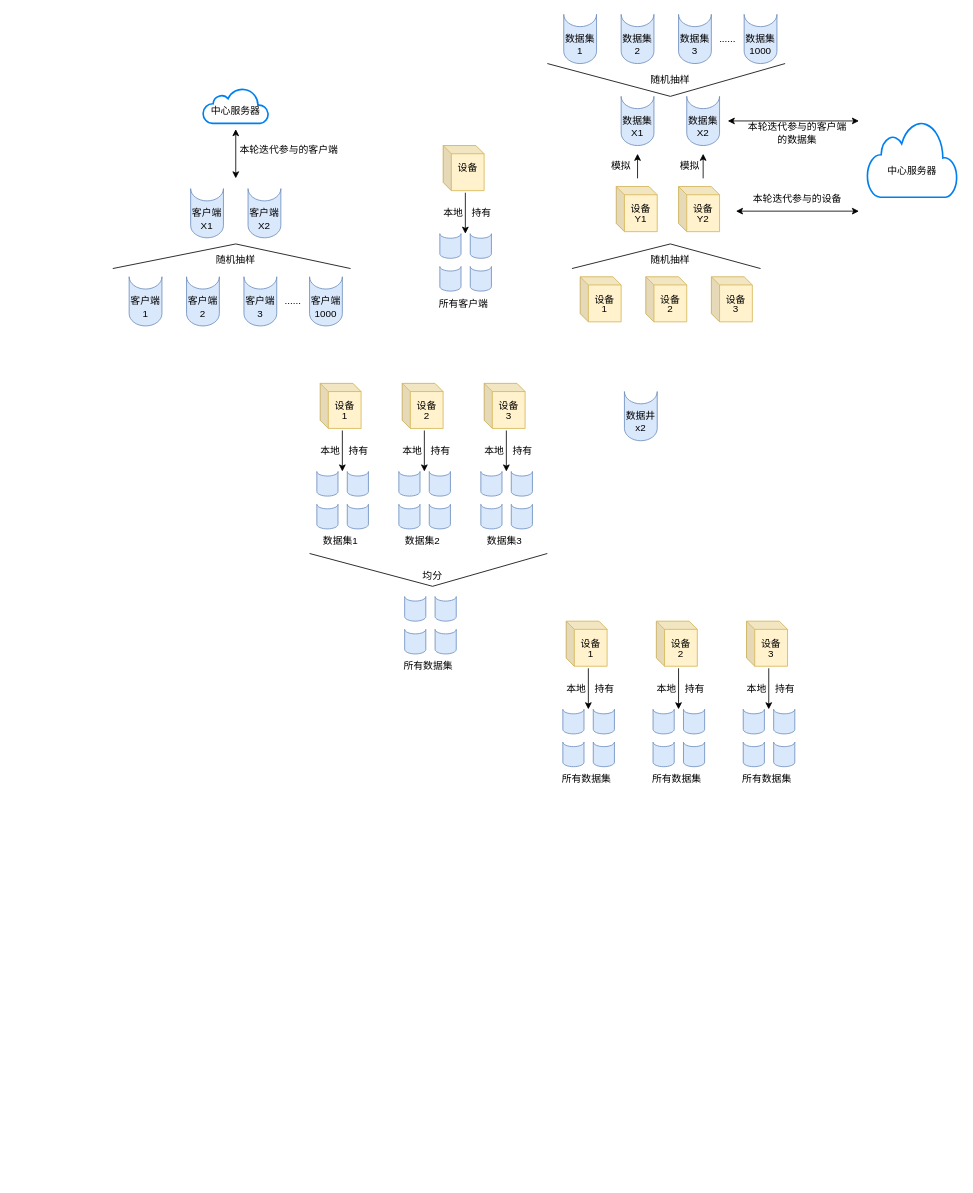
Above: Untitled Diagram.drawio in DiamondDocument/DiamondDocument (draw.io), before the change. Source tidied: cells renumbered, new cells numbered last; positions are measured from the earlier drawing's top-left corner, leaving out a move shared by most shapes. Both pictures are drawn from the tidied source at 82%, with x=0, y=0 at pixel (112, 14). Pictures stored in the file or linked from it are replaced by grey dashed boxes.
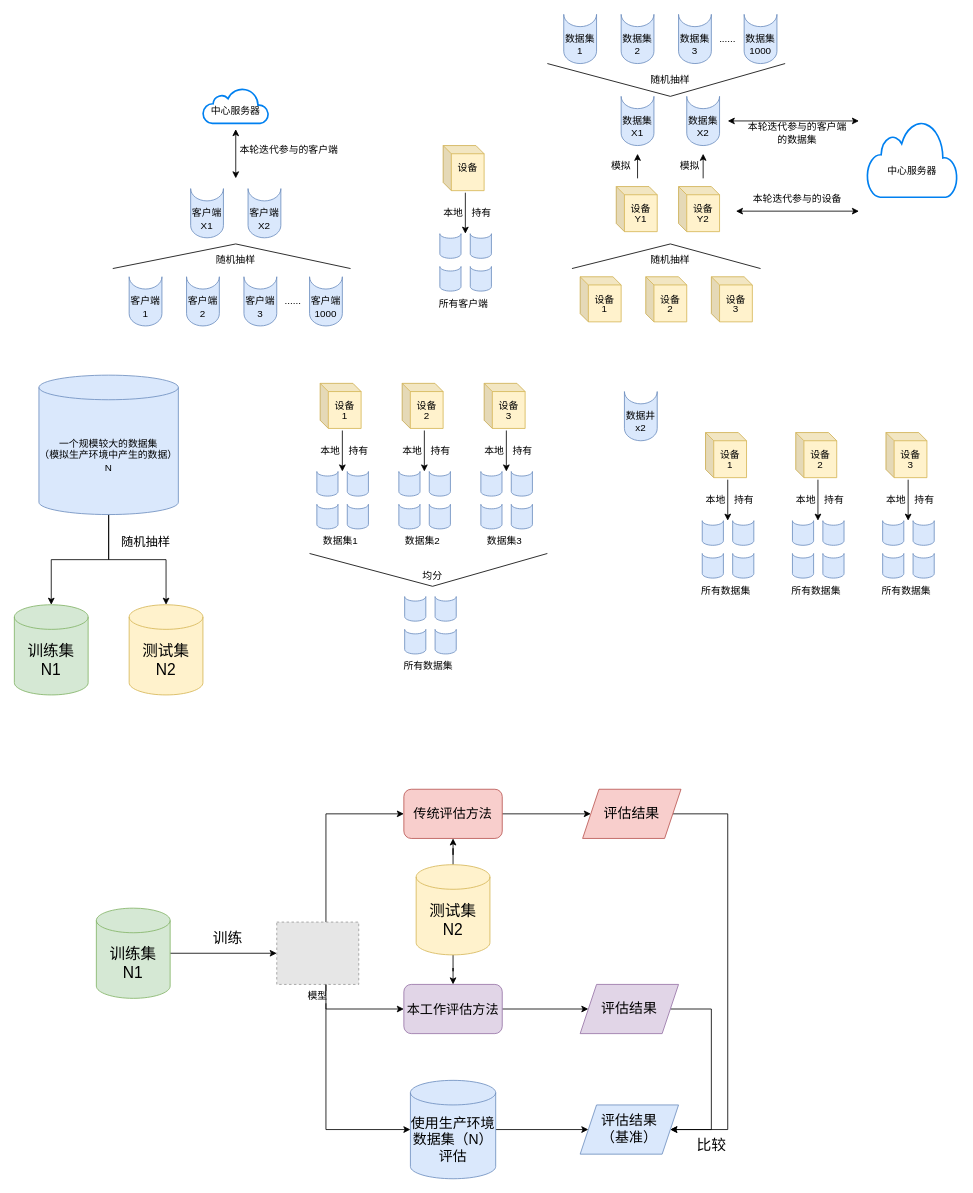
The same page after the edit.

Change to the diagram source:
```diff
@@
     <mxCell id="168" style="group;" parent="1" vertex="1">
-      <mxGeometry x="530" y="740" width="82.9" height="207.5" as="geometry" />
+      <mxGeometry x="700" y="510" width="82.9" height="207.5" as="geometry" />
     </mxCell>
@@
     <mxCell id="182" style="group;" parent="1" vertex="1">
-      <mxGeometry x="640" y="740" width="82.9" height="207.5" as="geometry" />
+      <mxGeometry x="810" y="510" width="82.9" height="207.5" as="geometry" />
     </mxCell>
@@
     <mxCell id="196" style="group;" parent="1" vertex="1">
-      <mxGeometry x="750" y="740" width="82.9" height="207.5" as="geometry" />
+      <mxGeometry x="920" y="510" width="82.9" height="207.5" as="geometry" />
     </mxCell>
@@
+    <mxCell id="211" style="edgeStyle=orthogonalEdgeStyle;rounded=0;jettySize=auto;html=1;entryX=0.5;entryY=0;entryDx=0;entryDy=0;entryPerimeter=0;" parent="1" edge="1" source="213" target="214">
+      <mxGeometry relative="1" as="geometry" />
+    </mxCell>
+    <mxCell id="212" style="edgeStyle=orthogonalEdgeStyle;rounded=0;jettySize=auto;html=1;entryX=0.5;entryY=0;entryDx=0;entryDy=0;entryPerimeter=0;" parent="1" edge="1" source="213" target="215">
+      <mxGeometry relative="1" as="geometry" />
+    </mxCell>
+    <mxCell id="213" value="一个规模较大的数据集&lt;br&gt;（模拟生产环境中产生的数据）&lt;br&gt;N" style="shape=cylinder3;whiteSpace=wrap;html=1;boundedLbl=1;backgroundOutline=1;size=15;fillColor=#dae8fc;strokeColor=#6c8ebf;" parent="1" vertex="1">
+      <mxGeometry x="-90" y="440" width="170" height="170" as="geometry" />
+    </mxCell>
+    <mxCell id="214" value="训练集&lt;br&gt;N1" style="shape=cylinder3;whiteSpace=wrap;html=1;boundedLbl=1;backgroundOutline=1;size=15;fillColor=#d5e8d4;strokeColor=#82b366;fontSize=19;" parent="1" vertex="1">
+      <mxGeometry x="-120" y="720" width="90" height="110" as="geometry" />
+    </mxCell>
+    <mxCell id="215" value="测试集&lt;br&gt;N2" style="shape=cylinder3;whiteSpace=wrap;html=1;boundedLbl=1;backgroundOutline=1;size=15;fillColor=#fff2cc;strokeColor=#d6b656;fontSize=19;" parent="1" vertex="1">
+      <mxGeometry x="20" y="720" width="90" height="110" as="geometry" />
+    </mxCell>
+    <mxCell id="216" style="edgeStyle=orthogonalEdgeStyle;rounded=0;jettySize=auto;html=1;entryX=0;entryY=0.5;entryDx=0;entryDy=0;" parent="1" edge="1" source="218" target="226">
+      <mxGeometry relative="1" as="geometry">
+        <Array as="points">
+          <mxPoint x="260" y="975" />
+        </Array>
+      </mxGeometry>
+    </mxCell>
+    <mxCell id="217" style="edgeStyle=orthogonalEdgeStyle;rounded=0;jettySize=auto;html=1;entryX=0;entryY=0.5;entryDx=0;entryDy=0;" parent="1" edge="1" source="218" target="228">
+      <mxGeometry relative="1" as="geometry">
+        <Array as="points">
+          <mxPoint x="260" y="1213" />
+        </Array>
+      </mxGeometry>
+    </mxCell>
+    <mxCell id="218" value="模型" style="fillColor=#E6E6E6;strokeColor=#999999;dashed=1;verticalLabelPosition=bottom;labelBackgroundColor=default;verticalAlign=top;" parent="1" vertex="1">
+      <mxGeometry x="200" y="1107" width="100" height="76" as="geometry" />
+    </mxCell>
+    <mxCell id="219" style="edgeStyle=orthogonalEdgeStyle;rounded=0;jettySize=auto;html=1;entryX=0;entryY=0.5;entryDx=0;entryDy=0;" parent="1" edge="1" source="220" target="218">
+      <mxGeometry relative="1" as="geometry" />
+    </mxCell>
+    <mxCell id="220" value="训练集&lt;br&gt;N1" style="shape=cylinder3;whiteSpace=wrap;html=1;boundedLbl=1;backgroundOutline=1;size=15;fillColor=#d5e8d4;strokeColor=#82b366;fontSize=19;" parent="1" vertex="1">
+      <mxGeometry x="-20" y="1090" width="90" height="110" as="geometry" />
+    </mxCell>
+    <mxCell id="221" style="edgeStyle=orthogonalEdgeStyle;rounded=0;jettySize=auto;html=1;entryX=0.5;entryY=1;entryDx=0;entryDy=0;" parent="1" edge="1" source="223" target="226">
+      <mxGeometry relative="1" as="geometry" />
+    </mxCell>
+    <mxCell id="222" style="edgeStyle=orthogonalEdgeStyle;rounded=0;jettySize=auto;html=1;entryX=0.5;entryY=0;entryDx=0;entryDy=0;" parent="1" edge="1" source="223" target="228">
+      <mxGeometry relative="1" as="geometry" />
+    </mxCell>
+    <mxCell id="223" value="测试集&lt;br&gt;N2" style="shape=cylinder3;whiteSpace=wrap;html=1;boundedLbl=1;backgroundOutline=1;size=15;fillColor=#fff2cc;strokeColor=#d6b656;fontSize=19;" parent="1" vertex="1">
+      <mxGeometry x="370" y="1037" width="90" height="110" as="geometry" />
+    </mxCell>
+    <mxCell id="224" value="&lt;font style=&quot;font-size: 18px;&quot;&gt;训练&lt;/font&gt;" style="text;html=1;align=center;verticalAlign=middle;strokeColor=none;fillColor=none;" parent="1" vertex="1">
+      <mxGeometry x="110" y="1107" width="60" height="40" as="geometry" />
+    </mxCell>
+    <mxCell id="225" style="edgeStyle=orthogonalEdgeStyle;rounded=0;jettySize=auto;html=1;" parent="1" edge="1" source="226" target="230">
+      <mxGeometry relative="1" as="geometry" />
+    </mxCell>
+    <mxCell id="226" value="传统评估方法" style="rounded=1;whiteSpace=wrap;html=1;fillColor=#f8cecc;strokeColor=#b85450;fontSize=16;" parent="1" vertex="1">
+      <mxGeometry x="355" y="945" width="120" height="60" as="geometry" />
+    </mxCell>
+    <mxCell id="227" style="edgeStyle=orthogonalEdgeStyle;rounded=0;jettySize=auto;html=1;entryX=0;entryY=0.5;entryDx=0;entryDy=0;" parent="1" edge="1" source="228" target="232">
+      <mxGeometry relative="1" as="geometry" />
+    </mxCell>
+    <mxCell id="228" value="本工作评估方法" style="rounded=1;whiteSpace=wrap;html=1;fillColor=#e1d5e7;strokeColor=#9673a6;fontSize=16;" parent="1" vertex="1">
+      <mxGeometry x="355" y="1183" width="120" height="60" as="geometry" />
+    </mxCell>
+    <mxCell id="229" style="edgeStyle=orthogonalEdgeStyle;rounded=0;jettySize=auto;html=1;entryX=1;entryY=0.5;entryDx=0;entryDy=0;" parent="1" edge="1" source="230" target="236">
+      <mxGeometry relative="1" as="geometry">
+        <Array as="points">
+          <mxPoint x="750" y="975" />
+          <mxPoint x="750" y="1360" />
+        </Array>
+      </mxGeometry>
+    </mxCell>
+    <mxCell id="230" value="评估结果" style="shape=parallelogram;perimeter=parallelogramPerimeter;whiteSpace=wrap;html=1;fixedSize=1;fontSize=17;fillColor=#f8cecc;strokeColor=#b85450;" parent="1" vertex="1">
+      <mxGeometry x="573" y="945" width="120" height="60" as="geometry" />
+    </mxCell>
+    <mxCell id="231" style="edgeStyle=orthogonalEdgeStyle;rounded=0;jettySize=auto;html=1;entryX=1;entryY=0.5;entryDx=0;entryDy=0;" parent="1" edge="1" source="232" target="236">
+      <mxGeometry relative="1" as="geometry">
+        <Array as="points">
+          <mxPoint x="730" y="1213" />
+          <mxPoint x="730" y="1360" />
+        </Array>
+      </mxGeometry>
+    </mxCell>
+    <mxCell id="232" value="评估结果" style="shape=parallelogram;perimeter=parallelogramPerimeter;whiteSpace=wrap;html=1;fixedSize=1;fontSize=17;fillColor=#e1d5e7;strokeColor=#9673a6;" parent="1" vertex="1">
+      <mxGeometry x="570" y="1183" width="120" height="60" as="geometry" />
+    </mxCell>
+    <mxCell id="233" style="edgeStyle=orthogonalEdgeStyle;rounded=0;jettySize=auto;html=1;entryX=0;entryY=0.5;entryDx=0;entryDy=0;" parent="1" edge="1" source="234" target="236">
+      <mxGeometry relative="1" as="geometry" />
+    </mxCell>
+    <mxCell id="234" value="使用生产环境数据集（N）评估" style="shape=cylinder3;whiteSpace=wrap;html=1;boundedLbl=1;backgroundOutline=1;size=15;fillColor=#dae8fc;strokeColor=#6c8ebf;fontSize=17;" parent="1" vertex="1">
+      <mxGeometry x="363" y="1300" width="104" height="120" as="geometry" />
+    </mxCell>
+    <mxCell id="235" style="edgeStyle=orthogonalEdgeStyle;rounded=0;jettySize=auto;html=1;entryX=0;entryY=0.5;entryDx=0;entryDy=0;entryPerimeter=0;" parent="1" edge="1" source="218" target="234">
+      <mxGeometry relative="1" as="geometry">
+        <Array as="points">
+          <mxPoint x="260" y="1360" />
+        </Array>
+      </mxGeometry>
+    </mxCell>
+    <mxCell id="236" value="评估结果&lt;br&gt;（基准）" style="shape=parallelogram;perimeter=parallelogramPerimeter;whiteSpace=wrap;html=1;fixedSize=1;fontSize=17;fillColor=#dae8fc;strokeColor=#6c8ebf;" parent="1" vertex="1">
+      <mxGeometry x="570" y="1330" width="120" height="60" as="geometry" />
+    </mxCell>
+    <mxCell id="237" value="&lt;font style=&quot;font-size: 15px;&quot;&gt;随机抽样&lt;/font&gt;" style="text;html=1;align=center;verticalAlign=middle;strokeColor=none;fillColor=none;" parent="1" vertex="1">
+      <mxGeometry y="627.5" width="80" height="30" as="geometry" />
+    </mxCell>
+    <mxCell id="238" value="比较" style="text;html=1;align=center;verticalAlign=middle;strokeColor=none;fillColor=none;fontSize=18;" parent="1" vertex="1">
+      <mxGeometry x="700" y="1360" width="60" height="40" as="geometry" />
+    </mxCell>
```
